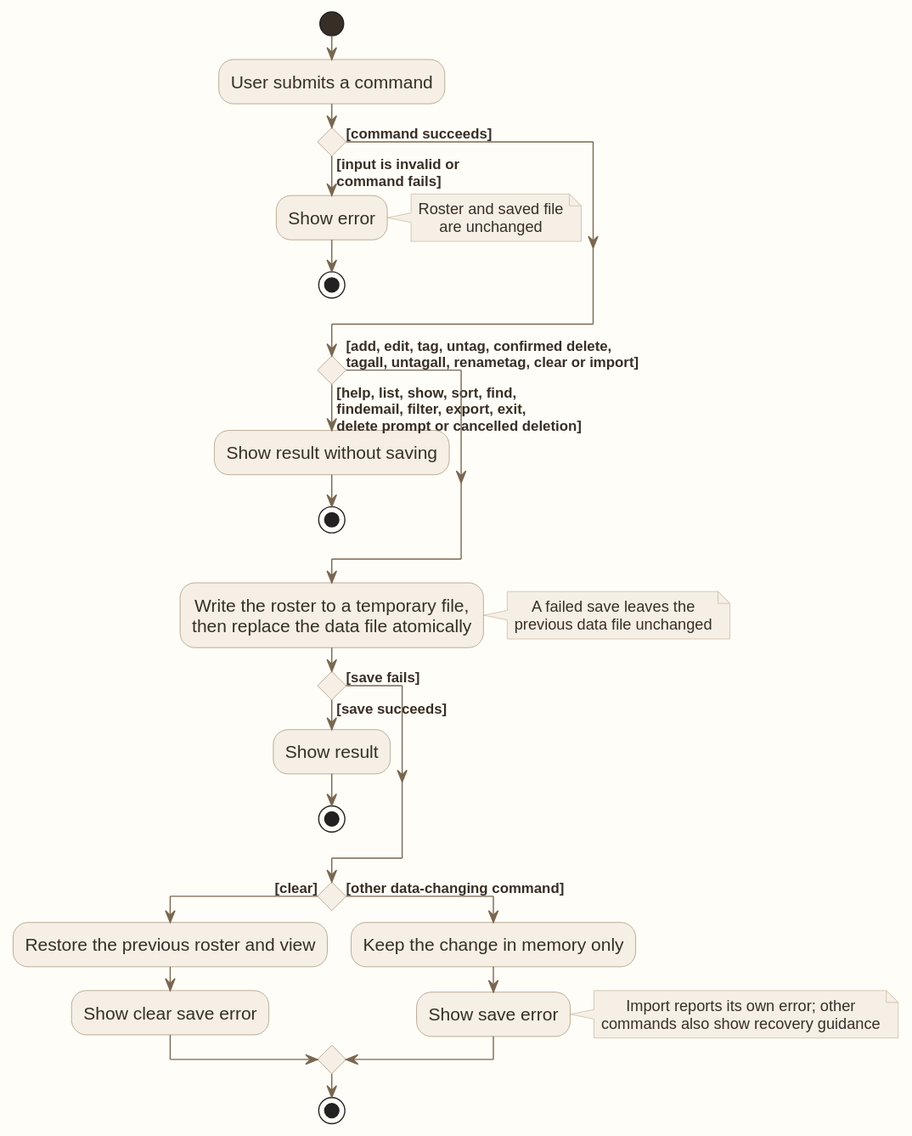
Earlier version of the PlantUML export docs/images/AutomaticSavingData.svg (AY2627S1-CS2103T-W12-1/tp).
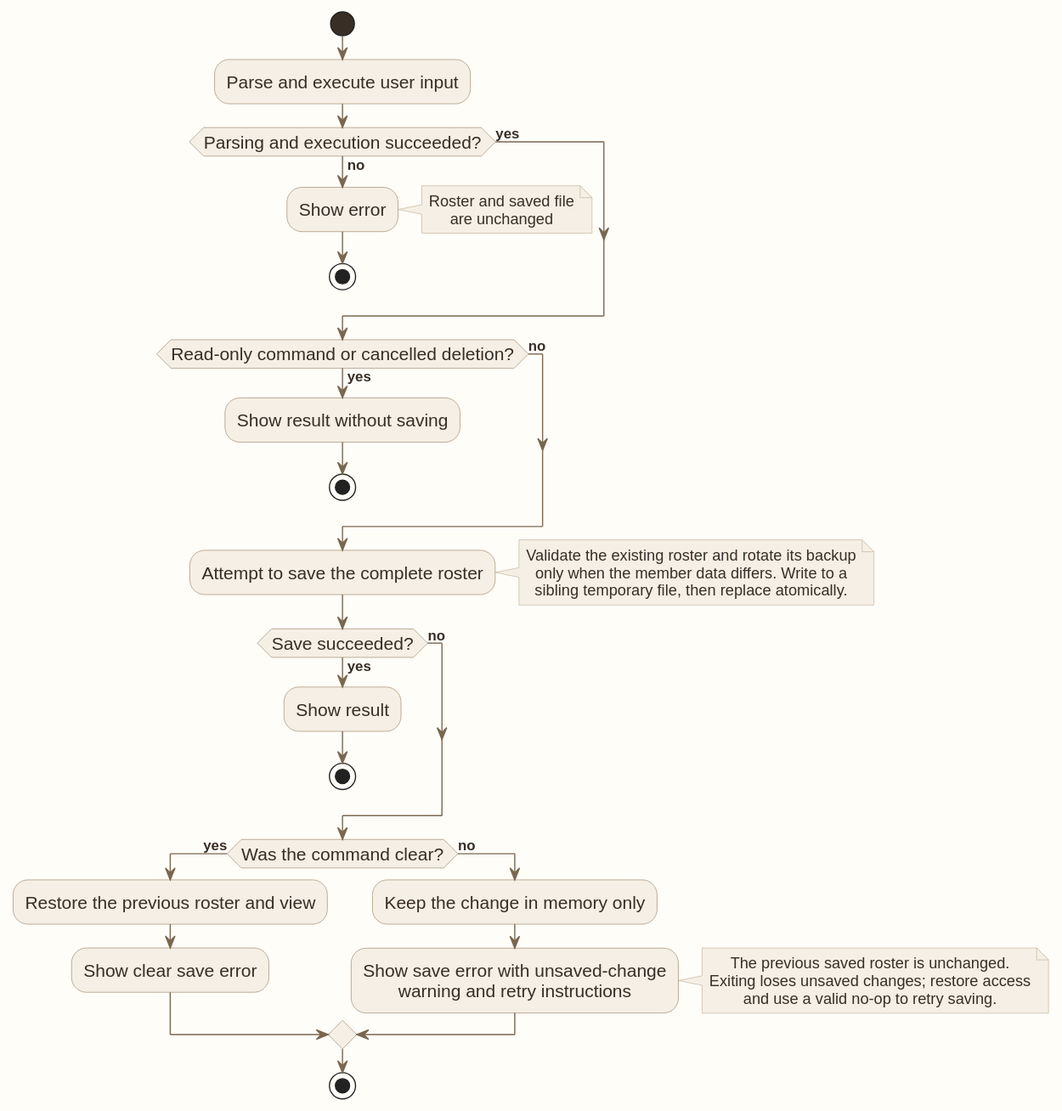
The same file after the commit.

Diff of the diagram source:
```diff
@@ -10,40 +10,44 @@
 skinparam ActivityEndColor #382E25
 
 start
-:User submits a command;
-if () then ([input is invalid or
-command fails])
+:Parse and execute user input;
+if (Parsing and execution succeeded?) then (no)
     :Show error;
     note right: Roster and saved file\nare unchanged
     stop
-else ([command succeeds])
+else (yes)
 endif
 
-if () then ([help, list, show, sort, find,
-findemail, filter, export, exit,
-delete prompt or cancelled deletion])
+if (Read-only command or cancelled deletion?) then (yes)
     :Show result without saving;
     stop
-else ([add, edit, tag, untag, confirmed delete,
-tagall, untagall, renametag, clear or import])
+else (no)
 endif
 
-:Write the roster to a temporary file,
-then replace the data file atomically;
-note right: A failed save leaves the\nprevious data file unchanged
-if () then ([save succeeds])
+:Attempt to save the complete roster;
+note right
+Validate the existing roster and rotate its backup
+only when the member data differs. Write to a
+sibling temporary file, then replace atomically.
+end note
+if (Save succeeded?) then (yes)
     :Show result;
     stop
-else ([save fails])
+else (no)
 endif
 
-if () then ([clear])
+if (Was the command clear?) then (yes)
     :Restore the previous roster and view;
     :Show clear save error;
-else ([other data-changing command])
+else (no)
     :Keep the change in memory only;
-    :Show save error;
-    note right: Import reports its own error; other\ncommands also show recovery guidance
+    :Show save error with unsaved-change
+warning and retry instructions;
+    note right
+The previous saved roster is unchanged.
+Exiting loses unsaved changes; restore access
+and use a valid no-op to retry saving.
+end note
 endif
 stop
 @enduml
```
